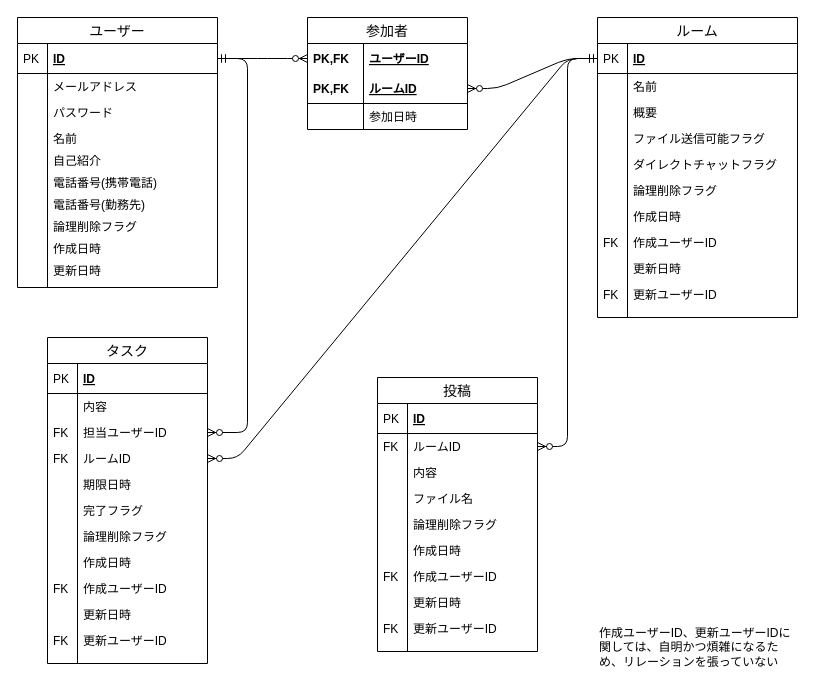
The draw.io diagram db/db-challenge1/chat.drawio in kamdam13/quelcode-db, before the edit. Source tidied: cells renumbered, new cells numbered last; positions are measured from the earlier drawing's top-left corner, leaving out a move shared by most shapes. Both pictures are drawn from the tidied source at 100%, with x=0, y=0 at pixel (17, 17).
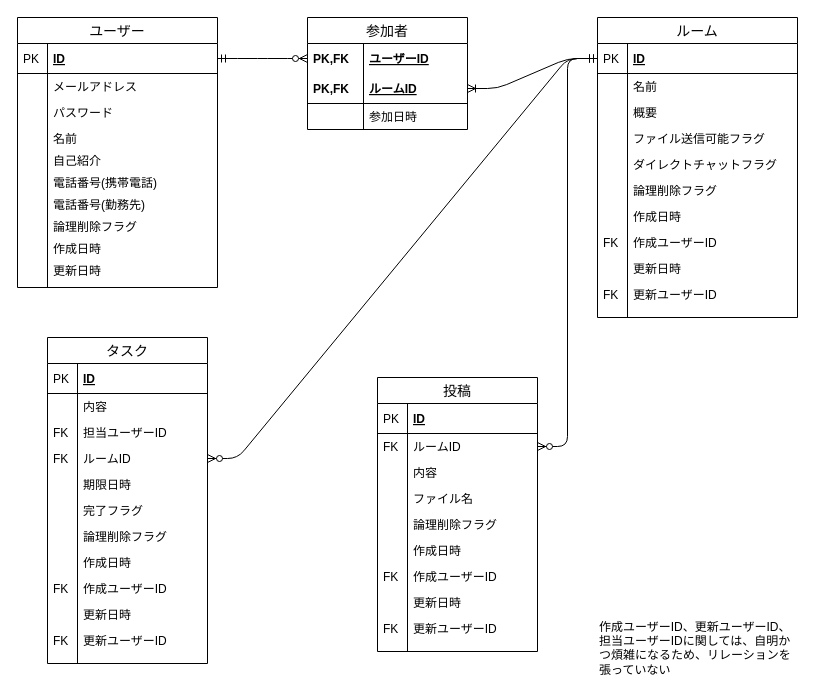
After the change.

Commit message:
Fix: ルーム-参加者間の多重度を変更、タスク-ユーザー間の線を削除

Unchanged cells that the change refers to:
```xml
<mxCell id="3" value="ID" style="shape=partialRectangle;top=0;left=0;right=0;bottom=1;align=left;verticalAlign=middle;fillColor=none;spacingLeft=34;spacingRight=4;overflow=hidden;points=[[0,0.5],[1,0.5]];portConstraint=eastwest;fontStyle=5;fontSize=12;" parent="2" vertex="1">
  <mxGeometry y="26" width="200" height="30" as="geometry" />
</mxCell>
<mxCell id="26" value="ID" style="shape=partialRectangle;top=0;left=0;right=0;bottom=1;align=left;verticalAlign=middle;fillColor=none;spacingLeft=34;spacingRight=4;overflow=hidden;points=[[0,0.5],[1,0.5]];portConstraint=eastwest;fontStyle=5;fontSize=12;" parent="25" vertex="1">
  <mxGeometry y="26" width="200" height="30" as="geometry" />
</mxCell>
<mxCell id="75" value="担当ユーザーID" style="shape=partialRectangle;top=0;left=0;right=0;bottom=0;align=left;verticalAlign=top;fillColor=none;spacingLeft=34;spacingRight=4;overflow=hidden;points=[[0,0.5],[1,0.5]];portConstraint=eastwest;fontSize=12;" parent="70" vertex="1">
  <mxGeometry y="82" width="160" height="26" as="geometry" />
</mxCell>
<mxCell id="99" value="ルームID" style="shape=partialRectangle;top=0;left=0;right=0;bottom=1;align=left;verticalAlign=middle;fillColor=none;spacingLeft=60;spacingRight=4;overflow=hidden;points=[[0,0.5],[1,0.5]];portConstraint=eastwest;fontStyle=5;fontSize=12;" parent="96" vertex="1">
  <mxGeometry y="56" width="160" height="30" as="geometry" />
</mxCell>
```

What changed in the source:
```diff
@@
-    <mxCell id="69" style="edgeStyle=entityRelationEdgeStyle;fontSize=12;html=1;endArrow=ERzeroToMany;startArrow=ERmandOne;" parent="1" edge="1" source="3" target="75">
-      <mxGeometry relative="1" as="geometry" />
-    </mxCell>
@@
-    <mxCell id="95" value="作成ユーザーID、更新ユーザーIDに関しては、自明かつ煩雑になるため、リレーションを張っていない" style="text;html=1;strokeColor=none;fillColor=none;align=left;verticalAlign=middle;whiteSpace=wrap;overflow=hidden;" parent="1" vertex="1">
+    <mxCell id="95" value="作成ユーザーID、更新ユーザーID、担当ユーザーIDに関しては、自明かつ煩雑になるため、リレーションを張っていない" style="text;html=1;strokeColor=none;fillColor=none;align=left;verticalAlign=middle;whiteSpace=wrap;overflow=hidden;" parent="1" vertex="1">
       <mxGeometry x="580" y="600" width="200" height="60" as="geometry" />
     </mxCell>
@@
-    <mxCell id="104" style="edgeStyle=entityRelationEdgeStyle;fontSize=12;html=1;endArrow=ERzeroToMany;startArrow=ERmandOne;" parent="1" edge="1" source="26" target="99">
+    <mxCell id="104" style="edgeStyle=entityRelationEdgeStyle;fontSize=12;html=1;endArrow=ERoneToMany;startArrow=ERmandOne;" parent="1" edge="1" source="26" target="99">
       <mxGeometry relative="1" as="geometry" />
     </mxCell>
```
